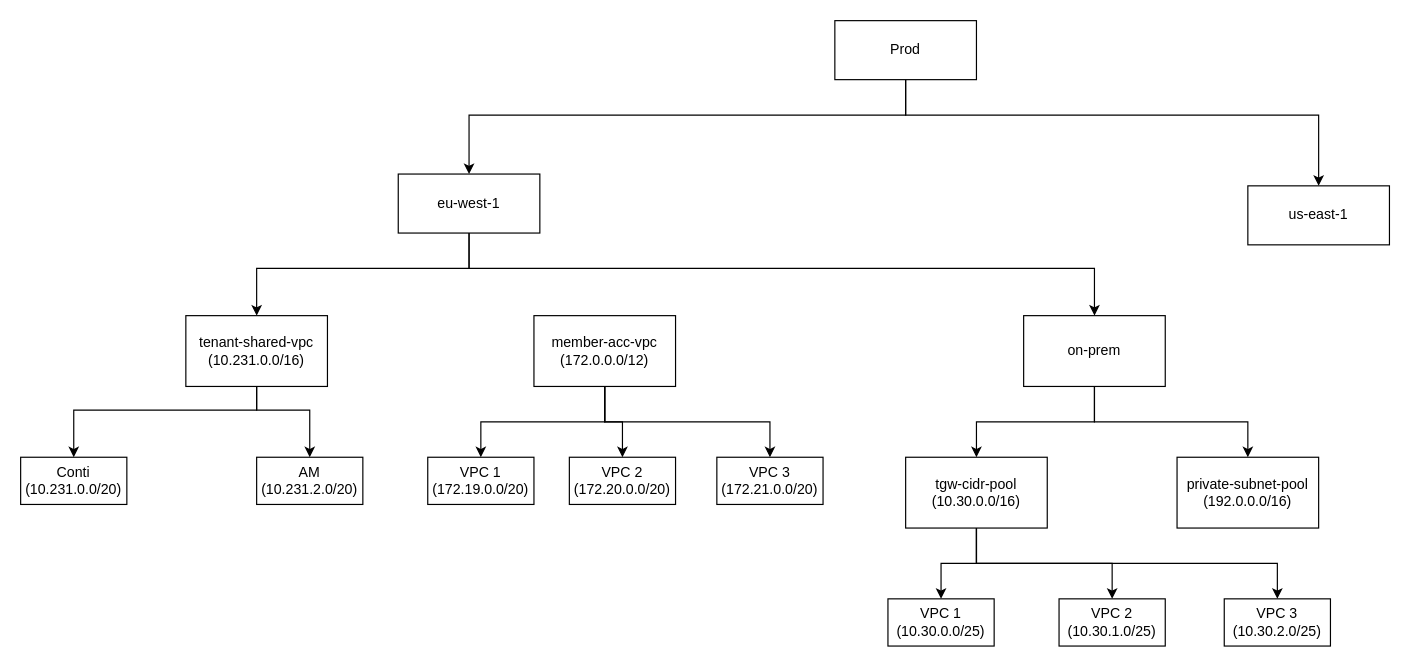
Before: ipam-structure.drawio in pranjal0791/aws-codepipeline-s3-codedeploy-linux, a draw.io diagram. Source tidied: cells renumbered, new cells numbered last; positions are measured from the earlier drawing's top-left corner, leaving out a move shared by most shapes. Both pictures are drawn from the tidied source at 118%, with x=0, y=0 at pixel (20, 20).
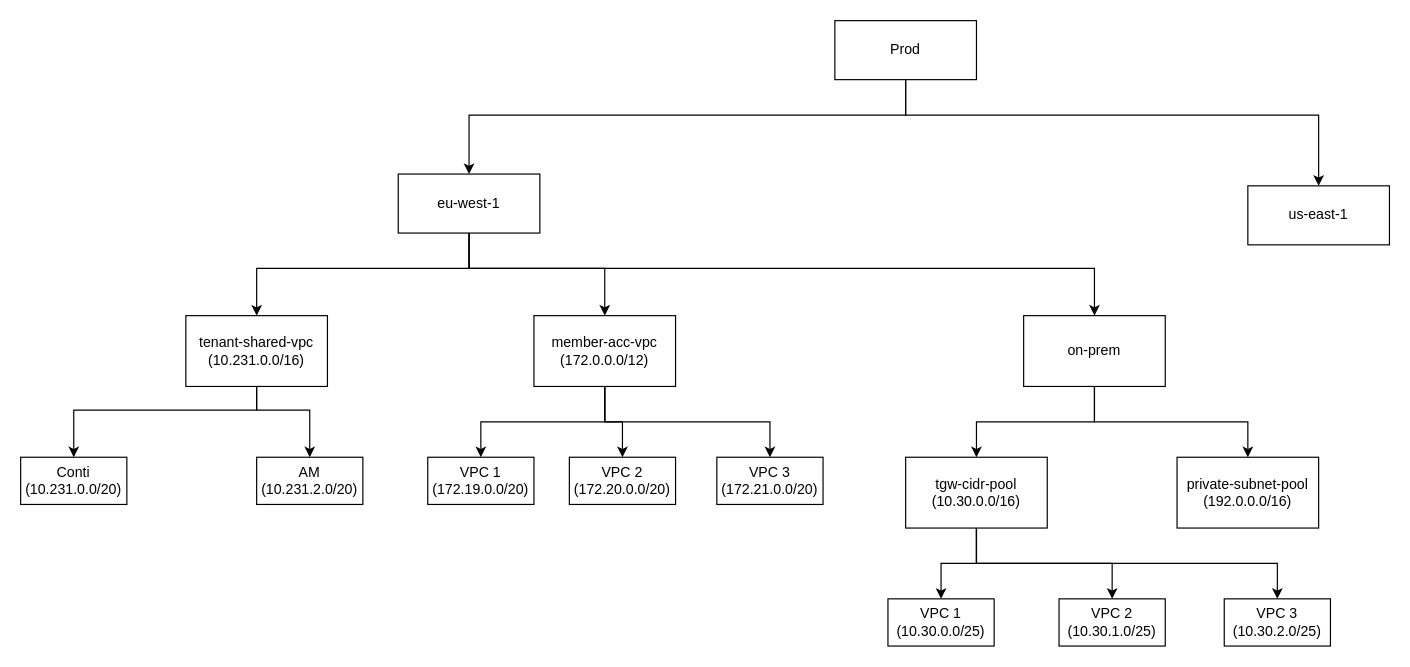
The same diagram, later.

The change refers to these unchanged cells:
```xml
<mxCell id="7" value="eu-west-1" style="rounded=0;whiteSpace=wrap;html=1;" parent="1" vertex="1">
  <mxGeometry x="320" y="130" width="120" height="50" as="geometry" />
</mxCell>
<mxCell id="31" value="member-acc-vpc&lt;div&gt;(172.0.0.0/12)&lt;/div&gt;" style="rounded=0;whiteSpace=wrap;html=1;" parent="1" vertex="1">
  <mxGeometry x="435" y="250" width="120" height="60" as="geometry" />
</mxCell>
```

Change to the diagram source:
```diff
@@
+    <mxCell id="32" style="edgeStyle=orthogonalEdgeStyle;rounded=0;jettySize=auto;html=1;entryX=0.5;entryY=0;entryDx=0;entryDy=0;" parent="1" edge="1" source="7" target="31">
+      <mxGeometry relative="1" as="geometry">
+        <Array as="points">
+          <mxPoint x="380" y="210" />
+          <mxPoint x="495" y="210" />
+        </Array>
+      </mxGeometry>
+    </mxCell>
```
